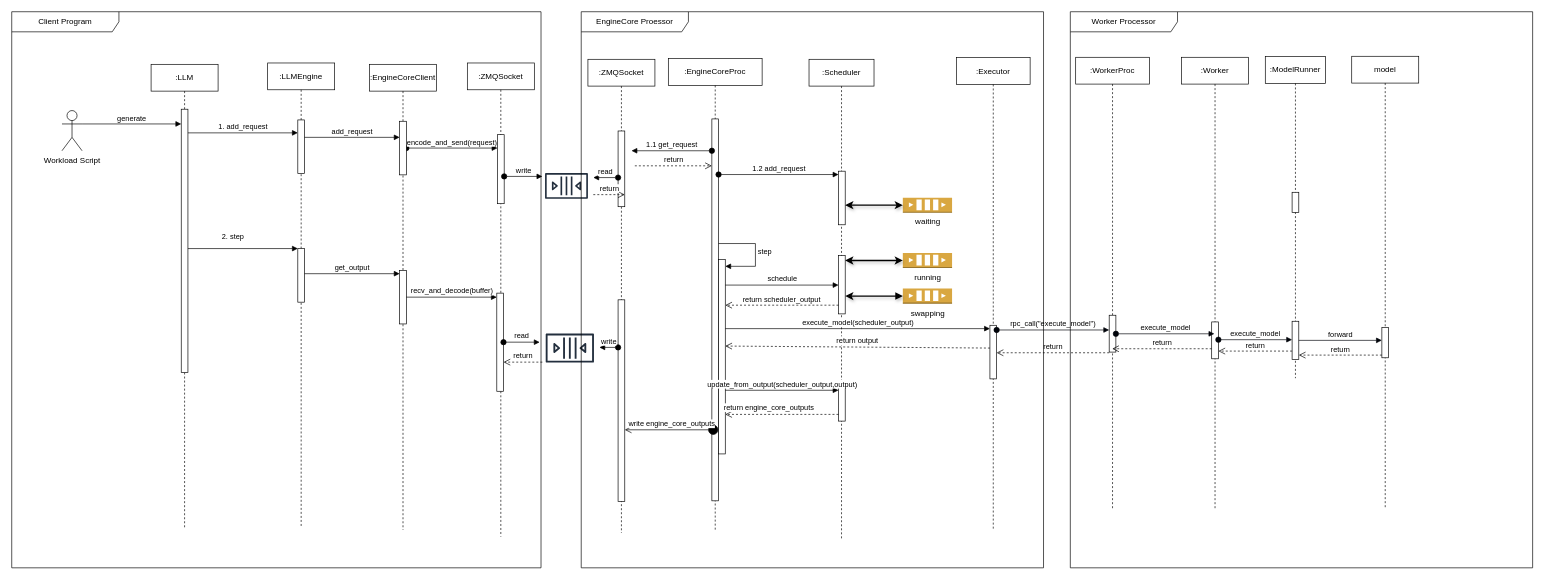
The draw.io diagram page "LLM.generate" (3 of 10) of vllm/engine/vllm.drawio in chaojun-zhang/vllm, before the edit. Source tidied: cells renumbered, new cells numbered last; positions are measured from the earlier drawing's top-left corner, leaving out a move shared by most shapes. Both pictures are drawn from the tidied source at 67%, with x=0, y=0 at pixel (11, 11).
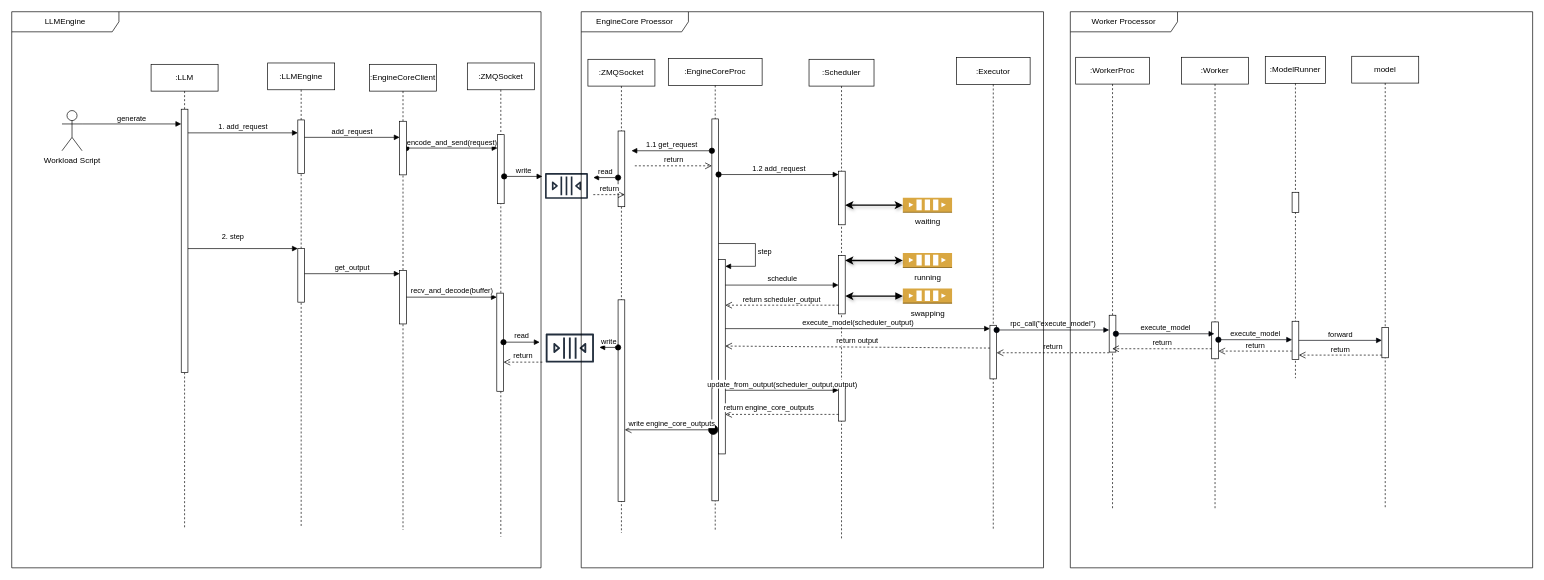
Above is the later version.

Diff of the diagram source:
```diff
@@
-    <mxCell id="75" value="Client Program" style="shape=umlFrame;whiteSpace=wrap;html=1;width=160;" parent="1" vertex="1">
+    <mxCell id="75" value="LLMEngine" style="shape=umlFrame;whiteSpace=wrap;html=1;width=160;" parent="1" vertex="1">
       <mxGeometry width="790" height="830" as="geometry" />
     </mxCell>
```
